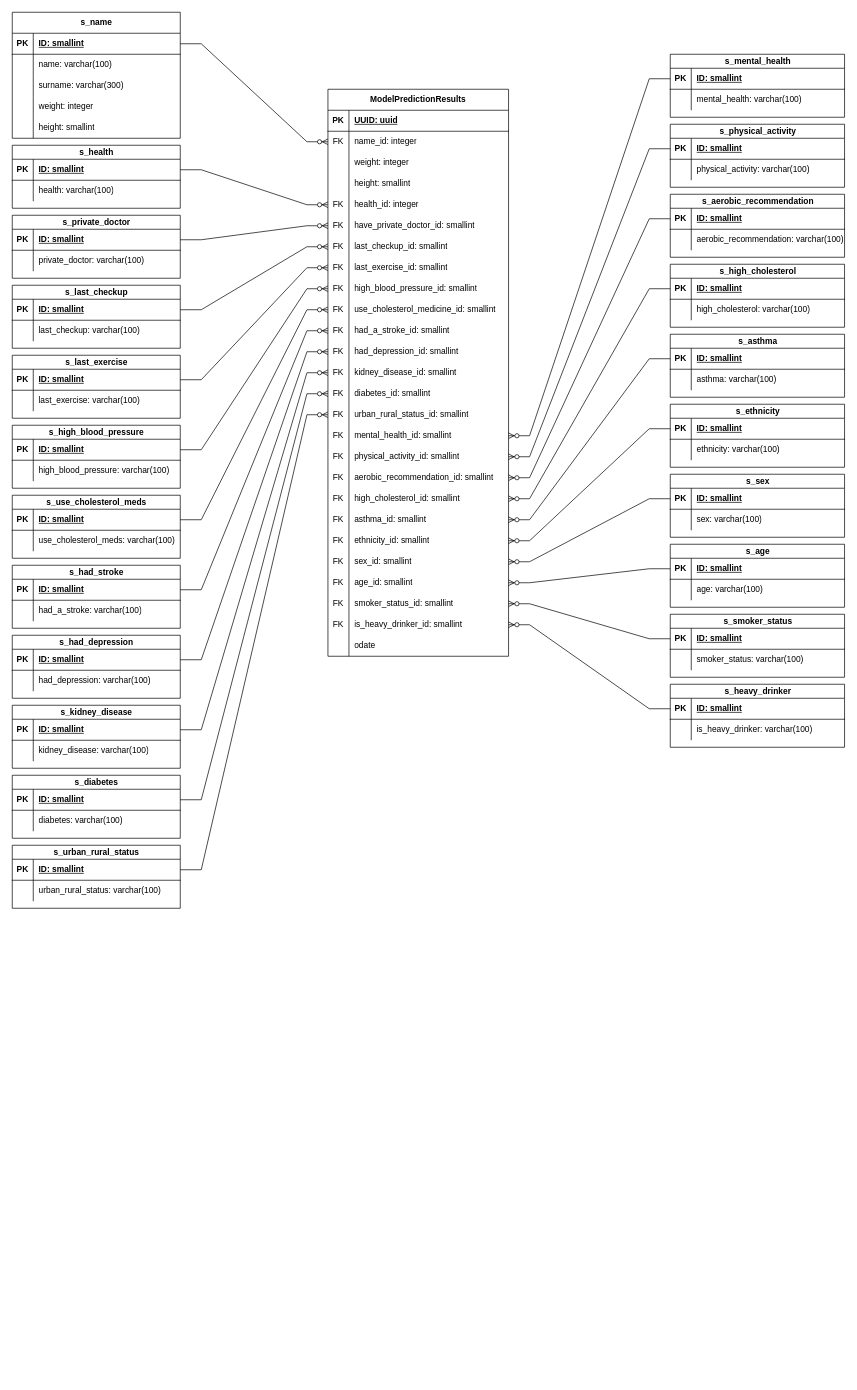
Before: MER.drawio in GuhBrando/ml_heart_disease_prediction, a draw.io diagram. Source tidied: cells renumbered, new cells numbered last; positions are measured from the earlier drawing's top-left corner, leaving out a move shared by most shapes. Both pictures are drawn from the tidied source at 70%, with x=0, y=0 at pixel (12, 12).
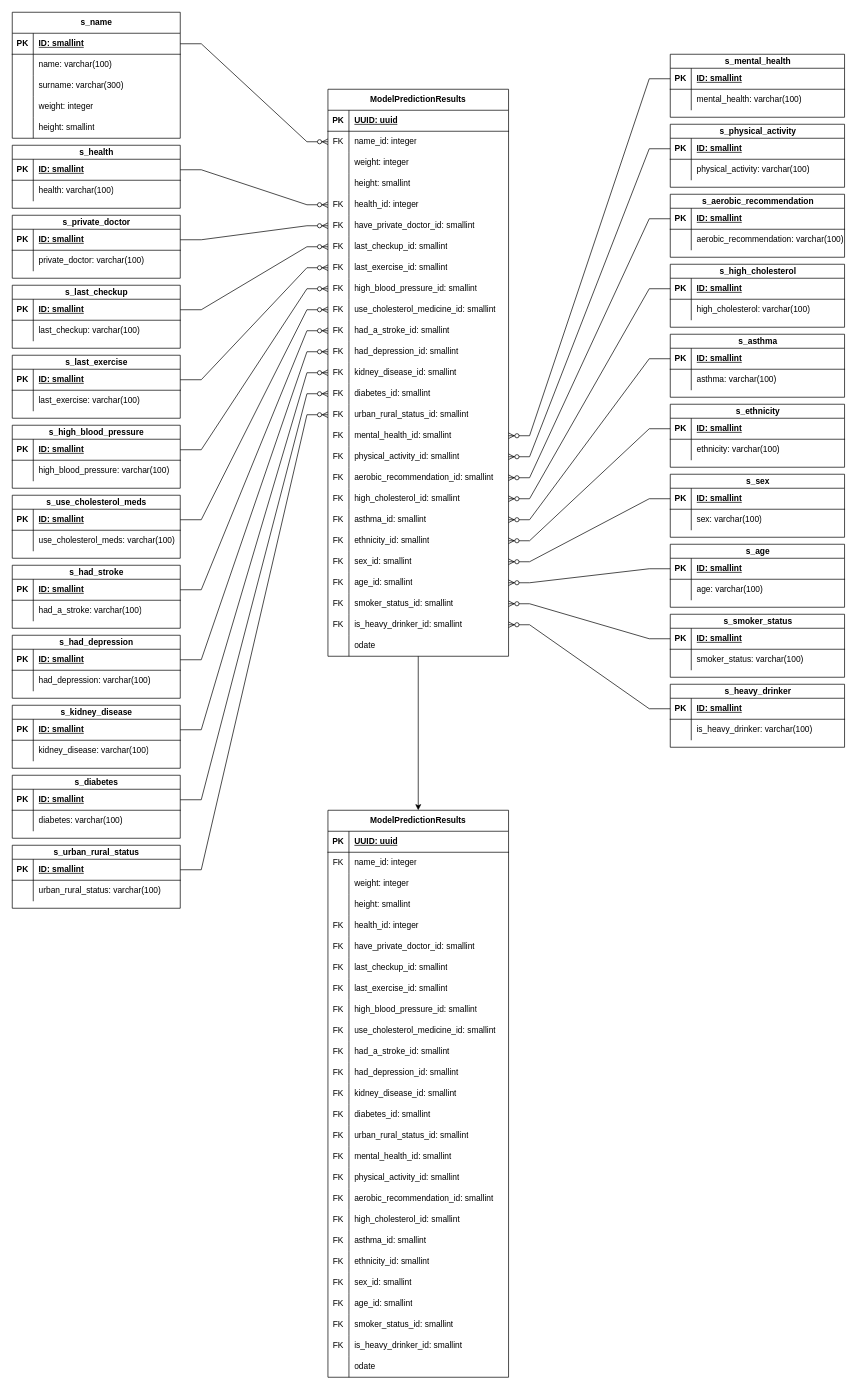
After the change.

The change refers to these unchanged cells:
```xml
<mxCell id="2" value="ModelPredictionResults" style="shape=table;startSize=30;childLayout=tableLayout;rowLines=0;fontStyle=1;align=center;html=1;whiteSpace=wrap;" parent="1" vertex="1">
  <mxGeometry x="451" y="110" width="258" height="810" as="geometry" />
</mxCell>
```

What changed in the source:
```diff
@@
+    <mxCell id="288" style="edgeStyle=orthogonalEdgeStyle;rounded=0;jettySize=auto;html=1;entryX=0.5;entryY=0;entryDx=0;entryDy=0;" parent="1" edge="1" source="2" target="289">
+      <mxGeometry relative="1" as="geometry" />
+    </mxCell>
@@
+    <mxCell id="289" value="ModelPredictionResults" style="shape=table;startSize=30;childLayout=tableLayout;rowLines=0;fontStyle=1;align=center;html=1;whiteSpace=wrap;" parent="1" vertex="1">
+      <mxGeometry x="451" y="1140" width="258" height="810" as="geometry" />
+    </mxCell>
+    <mxCell id="290" style="shape=tableRow;horizontal=0;startSize=0;swimlaneHead=0;swimlaneBody=0;fillColor=none;top=0;left=0;right=0;bottom=1;html=1;" parent="289" vertex="1">
+      <mxGeometry y="30" width="258" height="30" as="geometry" />
+    </mxCell>
+    <mxCell id="291" value="PK" style="shape=partialRectangle;fillColor=none;top=0;left=0;bottom=0;right=0;fontStyle=1;overflow=hidden;html=1;whiteSpace=wrap;" parent="290" vertex="1">
+      <mxGeometry width="30" height="30" as="geometry" />
+    </mxCell>
+    <mxCell id="292" value="UUID: uuid" style="shape=partialRectangle;fillColor=none;top=0;left=0;bottom=0;right=0;align=left;spacingLeft=6;fontStyle=5;overflow=hidden;html=1;whiteSpace=wrap;" parent="290" vertex="1">
+      <mxGeometry x="30" width="228" height="30" as="geometry" />
+    </mxCell>
+    <mxCell id="293" style="shape=tableRow;horizontal=0;startSize=0;swimlaneHead=0;swimlaneBody=0;fillColor=none;top=0;left=0;right=0;bottom=0;html=1;" parent="289" vertex="1">
+      <mxGeometry y="60" width="258" height="30" as="geometry" />
+    </mxCell>
+    <mxCell id="294" value="FK" style="shape=partialRectangle;fillColor=none;top=0;left=0;bottom=0;right=0;overflow=hidden;html=1;whiteSpace=wrap;" parent="293" vertex="1">
+      <mxGeometry width="30" height="30" as="geometry" />
+    </mxCell>
+    <mxCell id="295" value="name_id: integer" style="shape=partialRectangle;fillColor=none;top=0;left=0;bottom=0;right=0;align=left;spacingLeft=6;overflow=hidden;html=1;whiteSpace=wrap;" parent="293" vertex="1">
+      <mxGeometry x="30" width="228" height="30" as="geometry" />
+    </mxCell>
+    <mxCell id="296" style="shape=tableRow;horizontal=0;startSize=0;swimlaneHead=0;swimlaneBody=0;fillColor=none;top=0;left=0;right=0;bottom=0;html=1;" parent="289" vertex="1">
+      <mxGeometry y="90" width="258" height="30" as="geometry" />
+    </mxCell>
+    <mxCell id="297" style="shape=partialRectangle;fillColor=none;top=0;left=0;bottom=0;right=0;overflow=hidden;html=1;whiteSpace=wrap;" parent="296" vertex="1">
+      <mxGeometry width="30" height="30" as="geometry" />
+    </mxCell>
+    <mxCell id="298" value="weight: integer" style="shape=partialRectangle;fillColor=none;top=0;left=0;bottom=0;right=0;align=left;spacingLeft=6;overflow=hidden;html=1;whiteSpace=wrap;" parent="296" vertex="1">
+      <mxGeometry x="30" width="228" height="30" as="geometry" />
+    </mxCell>
+    <mxCell id="299" style="shape=tableRow;horizontal=0;startSize=0;swimlaneHead=0;swimlaneBody=0;fillColor=none;top=0;left=0;right=0;bottom=0;html=1;" parent="289" vertex="1">
+      <mxGeometry y="120" width="258" height="30" as="geometry" />
+    </mxCell>
+    <mxCell id="300" style="shape=partialRectangle;fillColor=none;top=0;left=0;bottom=0;right=0;overflow=hidden;html=1;whiteSpace=wrap;" parent="299" vertex="1">
+      <mxGeometry width="30" height="30" as="geometry" />
+    </mxCell>
+    <mxCell id="301" value="height: smallint" style="shape=partialRectangle;fillColor=none;top=0;left=0;bottom=0;right=0;align=left;spacingLeft=6;overflow=hidden;html=1;whiteSpace=wrap;" parent="299" vertex="1">
+      <mxGeometry x="30" width="228" height="30" as="geometry" />
+    </mxCell>
+    <mxCell id="302" style="shape=tableRow;horizontal=0;startSize=0;swimlaneHead=0;swimlaneBody=0;fillColor=none;top=0;left=0;right=0;bottom=0;html=1;" parent="289" vertex="1">
+      <mxGeometry y="150" width="258" height="30" as="geometry" />
+    </mxCell>
+    <mxCell id="303" value="FK" style="shape=partialRectangle;fillColor=none;top=0;left=0;bottom=0;right=0;overflow=hidden;html=1;whiteSpace=wrap;" parent="302" vertex="1">
+      <mxGeometry width="30" height="30" as="geometry" />
+    </mxCell>
+    <mxCell id="304" value="health_id: integer" style="shape=partialRectangle;fillColor=none;top=0;left=0;bottom=0;right=0;align=left;spacingLeft=6;overflow=hidden;html=1;whiteSpace=wrap;" parent="302" vertex="1">
+      <mxGeometry x="30" width="228" height="30" as="geometry" />
+    </mxCell>
+    <mxCell id="305" style="shape=tableRow;horizontal=0;startSize=0;swimlaneHead=0;swimlaneBody=0;fillColor=none;top=0;left=0;right=0;bottom=0;html=1;" parent="289" vertex="1">
+      <mxGeometry y="180" width="258" height="30" as="geometry" />
+    </mxCell>
+    <mxCell id="306" value="FK" style="shape=partialRectangle;fillColor=none;top=0;left=0;bottom=0;right=0;overflow=hidden;html=1;whiteSpace=wrap;" parent="305" vertex="1">
+      <mxGeometry width="30" height="30" as="geometry" />
+    </mxCell>
+    <mxCell id="307" value="&lt;div&gt;have_private_doctor_id: smallint&lt;br&gt;&lt;/div&gt;" style="shape=partialRectangle;fillColor=none;top=0;left=0;bottom=0;right=0;align=left;spacingLeft=6;overflow=hidden;html=1;whiteSpace=wrap;" parent="305" vertex="1">
+      <mxGeometry x="30" width="228" height="30" as="geometry" />
+    </mxCell>
+    <mxCell id="308" style="shape=tableRow;horizontal=0;startSize=0;swimlaneHead=0;swimlaneBody=0;fillColor=none;top=0;left=0;right=0;bottom=0;html=1;" parent="289" vertex="1">
+      <mxGeometry y="210" width="258" height="30" as="geometry" />
+    </mxCell>
+    <mxCell id="309" value="FK" style="shape=partialRectangle;fillColor=none;top=0;left=0;bottom=0;right=0;overflow=hidden;html=1;whiteSpace=wrap;" parent="308" vertex="1">
+      <mxGeometry width="30" height="30" as="geometry" />
+    </mxCell>
+    <mxCell id="310" value="last_checkup_id: smallint" style="shape=partialRectangle;fillColor=none;top=0;left=0;bottom=0;right=0;align=left;spacingLeft=6;overflow=hidden;html=1;whiteSpace=wrap;" parent="308" vertex="1">
+      <mxGeometry x="30" width="228" height="30" as="geometry" />
+    </mxCell>
+    <mxCell id="311" style="shape=tableRow;horizontal=0;startSize=0;swimlaneHead=0;swimlaneBody=0;fillColor=none;top=0;left=0;right=0;bottom=0;html=1;" parent="289" vertex="1">
+      <mxGeometry y="240" width="258" height="30" as="geometry" />
+    </mxCell>
+    <mxCell id="312" value="FK" style="shape=partialRectangle;fillColor=none;top=0;left=0;bottom=0;right=0;overflow=hidden;html=1;whiteSpace=wrap;" parent="311" vertex="1">
+      <mxGeometry width="30" height="30" as="geometry" />
+    </mxCell>
+    <mxCell id="313" value="last_exercise_id: smallint" style="shape=partialRectangle;fillColor=none;top=0;left=0;bottom=0;right=0;align=left;spacingLeft=6;overflow=hidden;html=1;whiteSpace=wrap;" parent="311" vertex="1">
+      <mxGeometry x="30" width="228" height="30" as="geometry" />
+    </mxCell>
+    <mxCell id="314" style="shape=tableRow;horizontal=0;startSize=0;swimlaneHead=0;swimlaneBody=0;fillColor=none;top=0;left=0;right=0;bottom=0;html=1;" parent="289" vertex="1">
+      <mxGeometry y="270" width="258" height="30" as="geometry" />
+    </mxCell>
+    <mxCell id="315" value="FK" style="shape=partialRectangle;fillColor=none;top=0;left=0;bottom=0;right=0;overflow=hidden;html=1;whiteSpace=wrap;" parent="314" vertex="1">
+      <mxGeometry width="30" height="30" as="geometry" />
+    </mxCell>
+    <mxCell id="316" value="high_blood_pressure_id: smallint" style="shape=partialRectangle;fillColor=none;top=0;left=0;bottom=0;right=0;align=left;spacingLeft=6;overflow=hidden;html=1;whiteSpace=wrap;" parent="314" vertex="1">
+      <mxGeometry x="30" width="228" height="30" as="geometry" />
+    </mxCell>
+    <mxCell id="317" style="shape=tableRow;horizontal=0;startSize=0;swimlaneHead=0;swimlaneBody=0;fillColor=none;top=0;left=0;right=0;bottom=0;html=1;" parent="289" vertex="1">
+      <mxGeometry y="300" width="258" height="30" as="geometry" />
+    </mxCell>
+    <mxCell id="318" value="FK" style="shape=partialRectangle;fillColor=none;top=0;left=0;bottom=0;right=0;overflow=hidden;html=1;whiteSpace=wrap;" parent="317" vertex="1">
+      <mxGeometry width="30" height="30" as="geometry" />
+    </mxCell>
+    <mxCell id="319" value="use_cholesterol_medicine_id: smallint" style="shape=partialRectangle;fillColor=none;top=0;left=0;bottom=0;right=0;align=left;spacingLeft=6;overflow=hidden;html=1;whiteSpace=wrap;" parent="317" vertex="1">
+      <mxGeometry x="30" width="228" height="30" as="geometry" />
+    </mxCell>
+    <mxCell id="320" style="shape=tableRow;horizontal=0;startSize=0;swimlaneHead=0;swimlaneBody=0;fillColor=none;top=0;left=0;right=0;bottom=0;html=1;" parent="289" vertex="1">
+      <mxGeometry y="330" width="258" height="30" as="geometry" />
+    </mxCell>
+    <mxCell id="321" value="FK" style="shape=partialRectangle;fillColor=none;top=0;left=0;bottom=0;right=0;overflow=hidden;html=1;whiteSpace=wrap;" parent="320" vertex="1">
+      <mxGeometry width="30" height="30" as="geometry" />
+    </mxCell>
+    <mxCell id="322" value="had_a_stroke_id: smallint" style="shape=partialRectangle;fillColor=none;top=0;left=0;bottom=0;right=0;align=left;spacingLeft=6;overflow=hidden;html=1;whiteSpace=wrap;" parent="320" vertex="1">
+      <mxGeometry x="30" width="228" height="30" as="geometry" />
+    </mxCell>
+    <mxCell id="323" style="shape=tableRow;horizontal=0;startSize=0;swimlaneHead=0;swimlaneBody=0;fillColor=none;top=0;left=0;right=0;bottom=0;html=1;" parent="289" vertex="1">
+      <mxGeometry y="360" width="258" height="30" as="geometry" />
+    </mxCell>
+    <mxCell id="324" value="FK" style="shape=partialRectangle;fillColor=none;top=0;left=0;bottom=0;right=0;overflow=hidden;html=1;whiteSpace=wrap;" parent="323" vertex="1">
+      <mxGeometry width="30" height="30" as="geometry" />
+    </mxCell>
+    <mxCell id="325" value="had_depression_id: smallint" style="shape=partialRectangle;fillColor=none;top=0;left=0;bottom=0;right=0;align=left;spacingLeft=6;overflow=hidden;html=1;whiteSpace=wrap;" parent="323" vertex="1">
+      <mxGeometry x="30" width="228" height="30" as="geometry" />
+    </mxCell>
+    <mxCell id="326" style="shape=tableRow;horizontal=0;startSize=0;swimlaneHead=0;swimlaneBody=0;fillColor=none;top=0;left=0;right=0;bottom=0;html=1;" parent="289" vertex="1">
+      <mxGeometry y="390" width="258" height="30" as="geometry" />
+    </mxCell>
+    <mxCell id="327" value="FK" style="shape=partialRectangle;fillColor=none;top=0;left=0;bottom=0;right=0;overflow=hidden;html=1;whiteSpace=wrap;" parent="326" vertex="1">
+      <mxGeometry width="30" height="30" as="geometry" />
+    </mxCell>
+    <mxCell id="328" value="kidney_disease_id: smallint" style="shape=partialRectangle;fillColor=none;top=0;left=0;bottom=0;right=0;align=left;spacingLeft=6;overflow=hidden;html=1;whiteSpace=wrap;" parent="326" vertex="1">
+      <mxGeometry x="30" width="228" height="30" as="geometry" />
+    </mxCell>
+    <mxCell id="329" style="shape=tableRow;horizontal=0;startSize=0;swimlaneHead=0;swimlaneBody=0;fillColor=none;top=0;left=0;right=0;bottom=0;html=1;" parent="289" vertex="1">
+      <mxGeometry y="420" width="258" height="30" as="geometry" />
+    </mxCell>
+    <mxCell id="330" value="FK" style="shape=partialRectangle;fillColor=none;top=0;left=0;bottom=0;right=0;overflow=hidden;html=1;whiteSpace=wrap;" parent="329" vertex="1">
+      <mxGeometry width="30" height="30" as="geometry" />
+    </mxCell>
+    <mxCell id="331" value="diabetes_id: smallint" style="shape=partialRectangle;fillColor=none;top=0;left=0;bottom=0;right=0;align=left;spacingLeft=6;overflow=hidden;html=1;whiteSpace=wrap;" parent="329" vertex="1">
+      <mxGeometry x="30" width="228" height="30" as="geometry" />
+    </mxCell>
+    <mxCell id="332" style="shape=tableRow;horizontal=0;startSize=0;swimlaneHead=0;swimlaneBody=0;fillColor=none;top=0;left=0;right=0;bottom=0;html=1;" parent="289" vertex="1">
+      <mxGeometry y="450" width="258" height="30" as="geometry" />
+    </mxCell>
+    <mxCell id="333" value="FK" style="shape=partialRectangle;fillColor=none;top=0;left=0;bottom=0;right=0;overflow=hidden;html=1;whiteSpace=wrap;" parent="332" vertex="1">
+      <mxGeometry width="30" height="30" as="geometry" />
+    </mxCell>
+    <mxCell id="334" value="urban_rural_status_id: smallint" style="shape=partialRectangle;fillColor=none;top=0;left=0;bottom=0;right=0;align=left;spacingLeft=6;overflow=hidden;html=1;whiteSpace=wrap;" parent="332" vertex="1">
+      <mxGeometry x="30" width="228" height="30" as="geometry" />
+    </mxCell>
+    <mxCell id="335" style="shape=tableRow;horizontal=0;startSize=0;swimlaneHead=0;swimlaneBody=0;fillColor=none;top=0;left=0;right=0;bottom=0;html=1;" parent="289" vertex="1">
+      <mxGeometry y="480" width="258" height="30" as="geometry" />
+    </mxCell>
+    <mxCell id="336" value="FK" style="shape=partialRectangle;fillColor=none;top=0;left=0;bottom=0;right=0;overflow=hidden;html=1;whiteSpace=wrap;" parent="335" vertex="1">
+      <mxGeometry width="30" height="30" as="geometry" />
+    </mxCell>
+    <mxCell id="337" value="mental_health_id: smallint" style="shape=partialRectangle;fillColor=none;top=0;left=0;bottom=0;right=0;align=left;spacingLeft=6;overflow=hidden;html=1;whiteSpace=wrap;" parent="335" vertex="1">
+      <mxGeometry x="30" width="228" height="30" as="geometry" />
+    </mxCell>
+    <mxCell id="338" style="shape=tableRow;horizontal=0;startSize=0;swimlaneHead=0;swimlaneBody=0;fillColor=none;top=0;left=0;right=0;bottom=0;html=1;" parent="289" vertex="1">
+      <mxGeometry y="510" width="258" height="30" as="geometry" />
+    </mxCell>
+    <mxCell id="339" value="FK" style="shape=partialRectangle;fillColor=none;top=0;left=0;bottom=0;right=0;overflow=hidden;html=1;whiteSpace=wrap;" parent="338" vertex="1">
+      <mxGeometry width="30" height="30" as="geometry" />
+    </mxCell>
+    <mxCell id="340" value="physical_activity_id: smallint" style="shape=partialRectangle;fillColor=none;top=0;left=0;bottom=0;right=0;align=left;spacingLeft=6;overflow=hidden;html=1;whiteSpace=wrap;" parent="338" vertex="1">
+      <mxGeometry x="30" width="228" height="30" as="geometry" />
+    </mxCell>
+    <mxCell id="341" style="shape=tableRow;horizontal=0;startSize=0;swimlaneHead=0;swimlaneBody=0;fillColor=none;top=0;left=0;right=0;bottom=0;html=1;" parent="289" vertex="1">
+      <mxGeometry y="540" width="258" height="30" as="geometry" />
+    </mxCell>
+    <mxCell id="342" value="FK" style="shape=partialRectangle;fillColor=none;top=0;left=0;bottom=0;right=0;overflow=hidden;html=1;whiteSpace=wrap;" parent="341" vertex="1">
+      <mxGeometry width="30" height="30" as="geometry" />
+    </mxCell>
+    <mxCell id="343" value="aerobic_recommendation_id: smallint" style="shape=partialRectangle;fillColor=none;top=0;left=0;bottom=0;right=0;align=left;spacingLeft=6;overflow=hidden;html=1;whiteSpace=wrap;" parent="341" vertex="1">
+      <mxGeometry x="30" width="228" height="30" as="geometry" />
+    </mxCell>
+    <mxCell id="344" style="shape=tableRow;horizontal=0;startSize=0;swimlaneHead=0;swimlaneBody=0;fillColor=none;top=0;left=0;right=0;bottom=0;html=1;" parent="289" vertex="1">
+      <mxGeometry y="570" width="258" height="30" as="geometry" />
+    </mxCell>
+    <mxCell id="345" value="FK" style="shape=partialRectangle;fillColor=none;top=0;left=0;bottom=0;right=0;overflow=hidden;html=1;whiteSpace=wrap;" parent="344" vertex="1">
+      <mxGeometry width="30" height="30" as="geometry" />
+    </mxCell>
+    <mxCell id="346" value="high_cholesterol_id: smallint" style="shape=partialRectangle;fillColor=none;top=0;left=0;bottom=0;right=0;align=left;spacingLeft=6;overflow=hidden;html=1;whiteSpace=wrap;" parent="344" vertex="1">
+      <mxGeometry x="30" width="228" height="30" as="geometry" />
+    </mxCell>
+    <mxCell id="347" style="shape=tableRow;horizontal=0;startSize=0;swimlaneHead=0;swimlaneBody=0;fillColor=none;top=0;left=0;right=0;bottom=0;html=1;" parent="289" vertex="1">
+      <mxGeometry y="600" width="258" height="30" as="geometry" />
+    </mxCell>
+    <mxCell id="348" value="FK" style="shape=partialRectangle;fillColor=none;top=0;left=0;bottom=0;right=0;overflow=hidden;html=1;whiteSpace=wrap;" parent="347" vertex="1">
+      <mxGeometry width="30" height="30" as="geometry" />
+    </mxCell>
+    <mxCell id="349" value="asthma_id: smallint" style="shape=partialRectangle;fillColor=none;top=0;left=0;bottom=0;right=0;align=left;spacingLeft=6;overflow=hidden;html=1;whiteSpace=wrap;" parent="347" vertex="1">
+      <mxGeometry x="30" width="228" height="30" as="geometry" />
+    </mxCell>
+    <mxCell id="350" style="shape=tableRow;horizontal=0;startSize=0;swimlaneHead=0;swimlaneBody=0;fillColor=none;top=0;left=0;right=0;bottom=0;html=1;" parent="289" vertex="1">
+      <mxGeometry y="630" width="258" height="30" as="geometry" />
+    </mxCell>
+    <mxCell id="351" value="FK" style="shape=partialRectangle;fillColor=none;top=0;left=0;bottom=0;right=0;overflow=hidden;html=1;whiteSpace=wrap;" parent="350" vertex="1">
+      <mxGeometry width="30" height="30" as="geometry" />
+    </mxCell>
+    <mxCell id="352" value="ethnicity_id: smallint" style="shape=partialRectangle;fillColor=none;top=0;left=0;bottom=0;right=0;align=left;spacingLeft=6;overflow=hidden;html=1;whiteSpace=wrap;" parent="350" vertex="1">
+      <mxGeometry x="30" width="228" height="30" as="geometry" />
+    </mxCell>
+    <mxCell id="353" style="shape=tableRow;horizontal=0;startSize=0;swimlaneHead=0;swimlaneBody=0;fillColor=none;top=0;left=0;right=0;bottom=0;html=1;" parent="289" vertex="1">
+      <mxGeometry y="660" width="258" height="30" as="geometry" />
+    </mxCell>
+    <mxCell id="354" value="FK" style="shape=partialRectangle;fillColor=none;top=0;left=0;bottom=0;right=0;overflow=hidden;html=1;whiteSpace=wrap;" parent="353" vertex="1">
+      <mxGeometry width="30" height="30" as="geometry" />
+    </mxCell>
+    <mxCell id="355" value="sex_id: smallint" style="shape=partialRectangle;fillColor=none;top=0;left=0;bottom=0;right=0;align=left;spacingLeft=6;overflow=hidden;html=1;whiteSpace=wrap;" parent="353" vertex="1">
+      <mxGeometry x="30" width="228" height="30" as="geometry" />
+    </mxCell>
+    <mxCell id="356" style="shape=tableRow;horizontal=0;startSize=0;swimlaneHead=0;swimlaneBody=0;fillColor=none;top=0;left=0;right=0;bottom=0;html=1;" parent="289" vertex="1">
+      <mxGeometry y="690" width="258" height="30" as="geometry" />
+    </mxCell>
+    <mxCell id="357" value="FK" style="shape=partialRectangle;fillColor=none;top=0;left=0;bottom=0;right=0;overflow=hidden;html=1;whiteSpace=wrap;" parent="356" vertex="1">
+      <mxGeometry width="30" height="30" as="geometry" />
+    </mxCell>
+    <mxCell id="358" value="age_id: smallint" style="shape=partialRectangle;fillColor=none;top=0;left=0;bottom=0;right=0;align=left;spacingLeft=6;overflow=hidden;html=1;whiteSpace=wrap;" parent="356" vertex="1">
+      <mxGeometry x="30" width="228" height="30" as="geometry" />
+    </mxCell>
+    <mxCell id="359" style="shape=tableRow;horizontal=0;startSize=0;swimlaneHead=0;swimlaneBody=0;fillColor=none;top=0;left=0;right=0;bottom=0;html=1;" parent="289" vertex="1">
+      <mxGeometry y="720" width="258" height="30" as="geometry" />
+    </mxCell>
+    <mxCell id="360" value="FK" style="shape=partialRectangle;fillColor=none;top=0;left=0;bottom=0;right=0;overflow=hidden;html=1;whiteSpace=wrap;" parent="359" vertex="1">
+      <mxGeometry width="30" height="30" as="geometry" />
+    </mxCell>
+    <mxCell id="361" value="smoker_status_id: smallint" style="shape=partialRectangle;fillColor=none;top=0;left=0;bottom=0;right=0;align=left;spacingLeft=6;overflow=hidden;html=1;whiteSpace=wrap;" parent="359" vertex="1">
+      <mxGeometry x="30" width="228" height="30" as="geometry" />
+    </mxCell>
+    <mxCell id="362" style="shape=tableRow;horizontal=0;startSize=0;swimlaneHead=0;swimlaneBody=0;fillColor=none;top=0;left=0;right=0;bottom=0;html=1;" parent="289" vertex="1">
+      <mxGeometry y="750" width="258" height="30" as="geometry" />
+    </mxCell>
+    <mxCell id="363" value="FK" style="shape=partialRectangle;fillColor=none;top=0;left=0;bottom=0;right=0;overflow=hidden;html=1;whiteSpace=wrap;" parent="362" vertex="1">
+      <mxGeometry width="30" height="30" as="geometry" />
+    </mxCell>
+    <mxCell id="364" value="is_heavy_drinker_id: smallint" style="shape=partialRectangle;fillColor=none;top=0;left=0;bottom=0;right=0;align=left;spacingLeft=6;overflow=hidden;html=1;whiteSpace=wrap;" parent="362" vertex="1">
+      <mxGeometry x="30" width="228" height="30" as="geometry" />
+    </mxCell>
+    <mxCell id="365" style="shape=tableRow;horizontal=0;startSize=0;swimlaneHead=0;swimlaneBody=0;fillColor=none;top=0;left=0;right=0;bottom=0;html=1;" parent="289" vertex="1">
+      <mxGeometry y="780" width="258" height="30" as="geometry" />
+    </mxCell>
+    <mxCell id="366" style="shape=partialRectangle;fillColor=none;top=0;left=0;bottom=0;right=0;overflow=hidden;html=1;whiteSpace=wrap;" parent="365" vertex="1">
+      <mxGeometry width="30" height="30" as="geometry" />
+    </mxCell>
+    <mxCell id="367" value="odate" style="shape=partialRectangle;fillColor=none;top=0;left=0;bottom=0;right=0;align=left;spacingLeft=6;overflow=hidden;html=1;whiteSpace=wrap;" parent="365" vertex="1">
+      <mxGeometry x="30" width="228" height="30" as="geometry" />
+    </mxCell>
```
